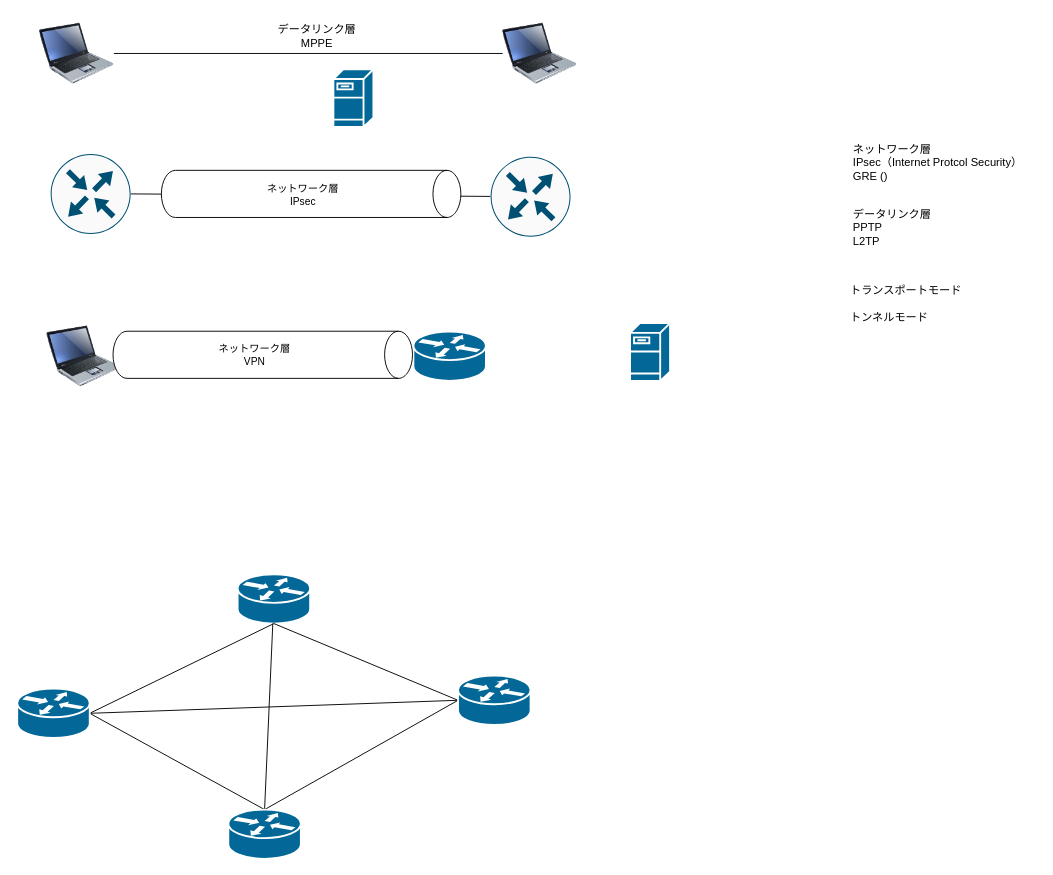
This is IPsec_GRE.drawio from kyforprogram/ccna, a draw.io file, before an edit. Source tidied: cells renumbered, new cells numbered last; positions are measured from the earlier drawing's top-left corner, leaving out a move shared by most shapes. Both pictures are drawn from the tidied source at 93%, with x=0, y=0 at pixel (17, 16).
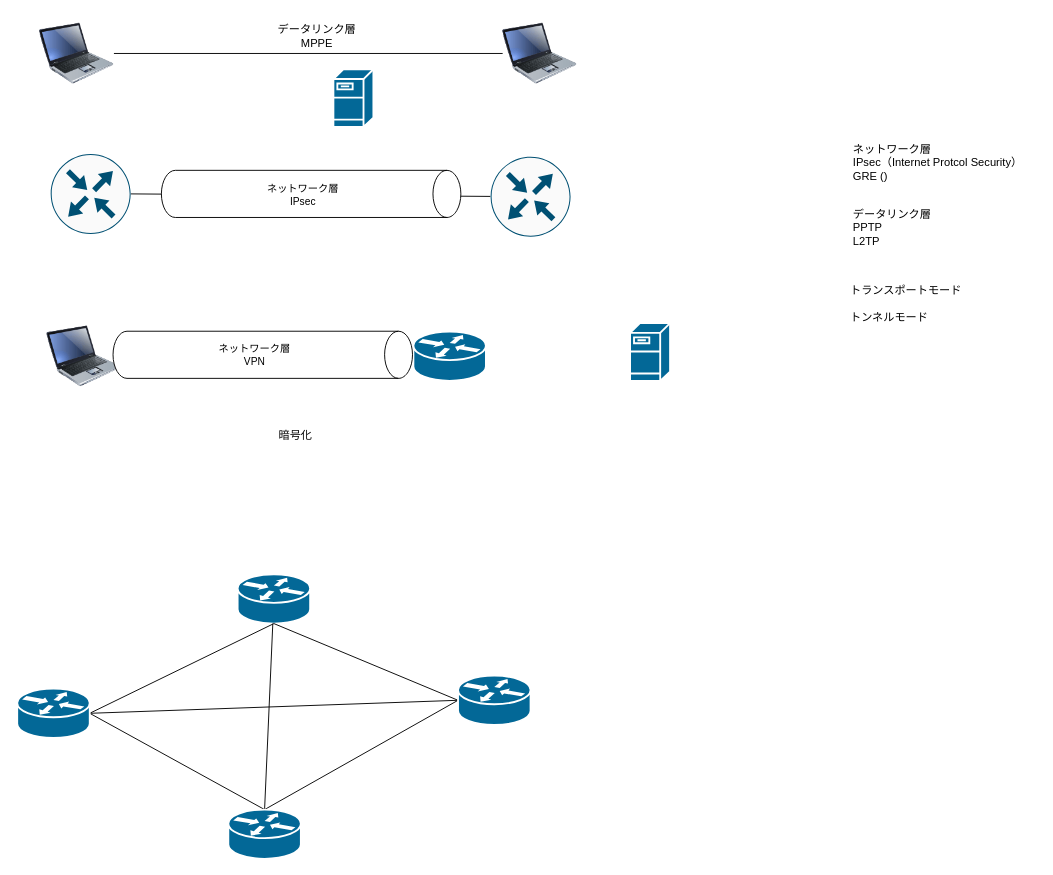
The same diagram, later.

Commit message:
IPsec_GRE.drawio を更新します

What changed in the source:
```diff
@@
+    <mxCell id="32" value="暗号化" style="text;html=1;align=center;verticalAlign=middle;strokeColor=none;fillColor=none;" parent="1" vertex="1">
+      <mxGeometry x="272" y="438" width="54" height="26" as="geometry" />
+    </mxCell>
```
